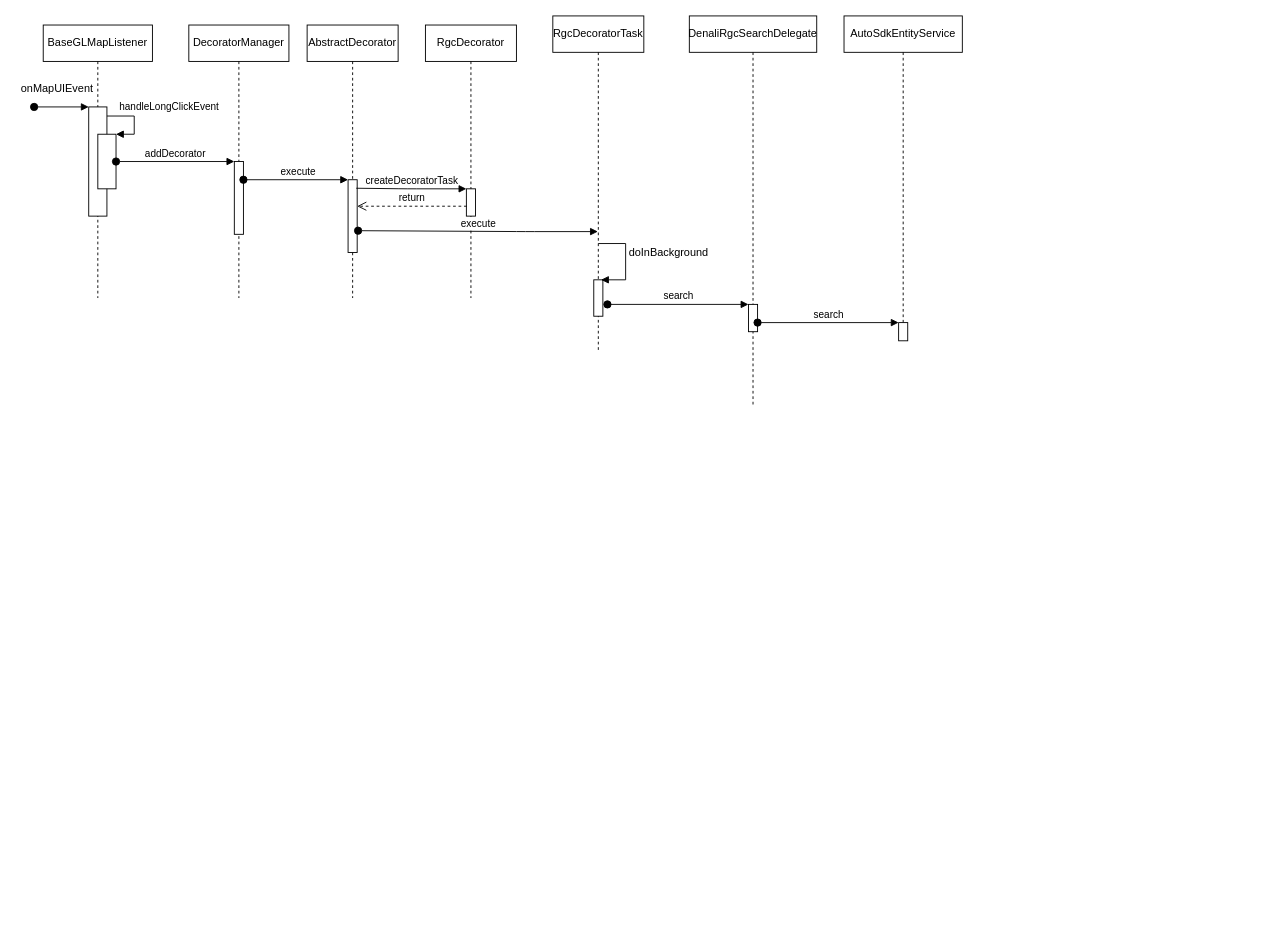
joyment2010/joy keeps this draw.io diagram as page "Page-2" (2 of 2) of RGC.drawio. Above is the earlier version. Source tidied: cells renumbered, new cells numbered last; positions are measured from the earlier drawing's top-left corner, leaving out a move shared by most shapes. Both pictures are drawn from the tidied source at 91%, with x=0, y=0 at pixel (15, 15).
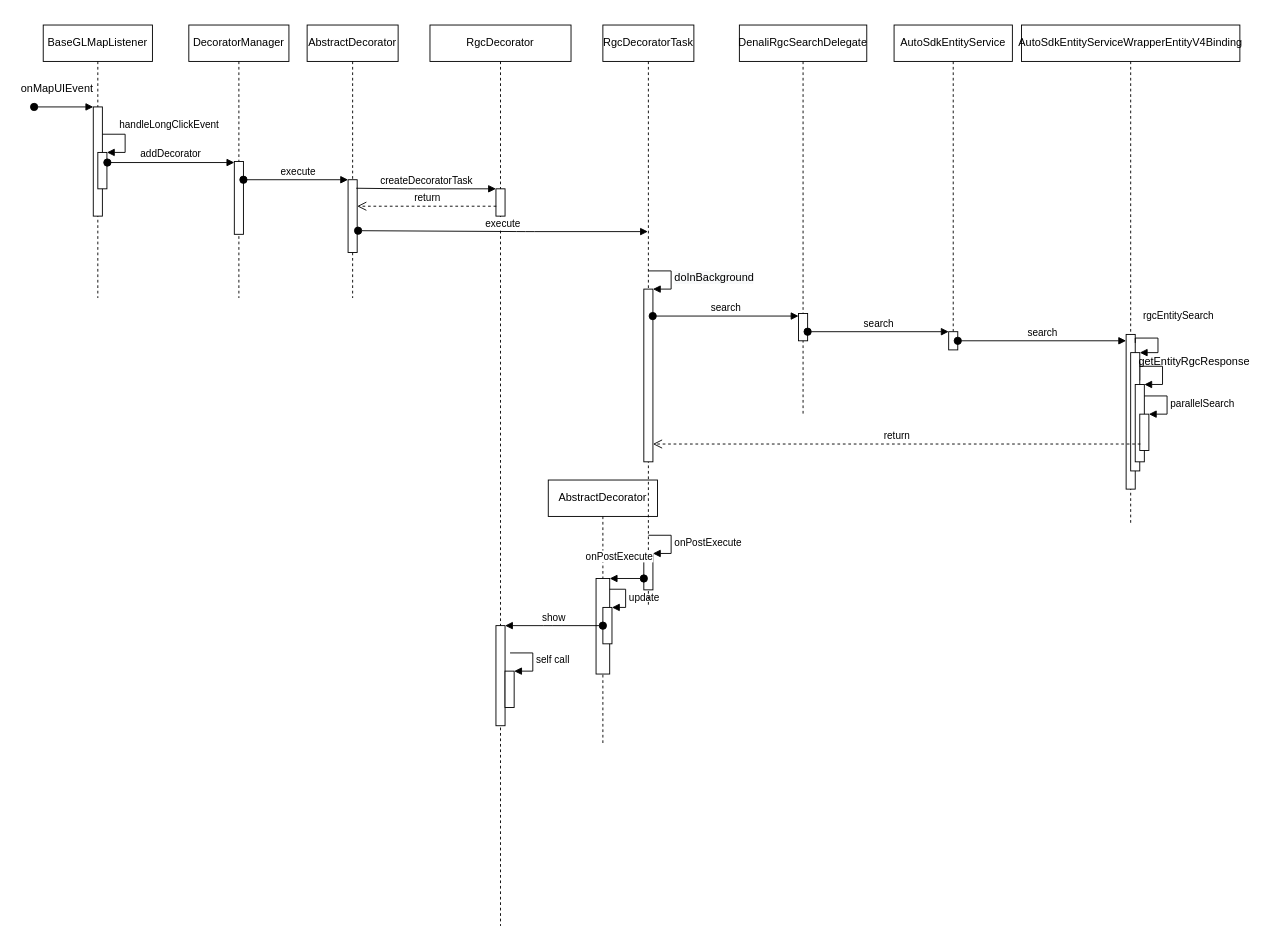
The same diagram, later.

Unchanged cells that the change refers to:
```xml
<mxCell id="2" value="BaseGLMapListener" style="shape=umlLifeline;perimeter=lifelinePerimeter;whiteSpace=wrap;html=1;" parent="1" vertex="1">
  <mxGeometry x="30" y="10" width="120" height="300" as="geometry" />
</mxCell>
<mxCell id="9" style="html=1;points=[];perimeter=orthogonalPerimeter;" parent="8" vertex="1">
  <mxGeometry x="50" y="150" width="10" height="80" as="geometry" />
</mxCell>
<mxCell id="25" style="html=1;points=[];perimeter=orthogonalPerimeter;" parent="24" vertex="1">
  <mxGeometry x="60" y="337" width="10" height="20" as="geometry" />
</mxCell>
```

Diff of the diagram source:
```diff
@@
     <mxCell id="3" style="html=1;points=[];perimeter=orthogonalPerimeter;" parent="2" vertex="1">
-      <mxGeometry x="50" y="90" width="20" height="120" as="geometry" />
+      <mxGeometry x="55" y="90" width="10" height="120" as="geometry" />
     </mxCell>
@@
-    <mxCell id="5" style="html=1;points=[];perimeter=orthogonalPerimeter;" parent="2" vertex="1">
-      <mxGeometry x="60" y="120" width="20" height="60" as="geometry" />
-    </mxCell>
+    <mxCell id="29" style="html=1;points=[];perimeter=orthogonalPerimeter;" parent="2" vertex="1">
+      <mxGeometry x="60" y="140" width="10" height="40" as="geometry" />
+    </mxCell>
-    <mxCell id="6" value="handleLongClickEvent" style="edgeStyle=orthogonalEdgeStyle;html=1;align=left;spacingLeft=2;endArrow=block;rounded=0;entryX=1;entryY=0;" parent="2" edge="1" target="5">
-      <mxGeometry x="-0.71" y="10" relative="1" as="geometry">
-        <mxPoint x="70" y="100" as="sourcePoint" />
+    <mxCell id="6" value="handleLongClickEvent" style="edgeStyle=orthogonalEdgeStyle;html=1;align=left;spacingLeft=2;endArrow=block;rounded=0;entryX=1;entryY=0;" parent="2" edge="1" target="29">
+      <mxGeometry x="-0.54" y="10" relative="1" as="geometry">
+        <mxPoint x="65" y="120" as="sourcePoint" />
         <Array as="points">
-          <mxPoint x="100" y="100" />
-          <mxPoint x="100" y="120" />
+          <mxPoint x="90" y="120" />
         </Array>
       </mxGeometry>
     </mxCell>
@@
-    <mxCell id="10" value="addDecorator" style="html=1;verticalAlign=bottom;startArrow=oval;endArrow=block;startSize=8;" parent="1" edge="1" target="9">
-      <mxGeometry relative="1" as="geometry">
-        <mxPoint x="110" y="160" as="sourcePoint" />
-      </mxGeometry>
+    <mxCell id="10" value="addDecorator" style="html=1;verticalAlign=bottom;startArrow=oval;endArrow=block;startSize=8;exitX=1.048;exitY=0.278;exitDx=0;exitDy=0;exitPerimeter=0;" parent="1" edge="1" source="29" target="9">
+      <mxGeometry relative="1" as="geometry" />
     </mxCell>
     <mxCell id="11" value="RgcDecorator" style="shape=umlLifeline;perimeter=lifelinePerimeter;whiteSpace=wrap;html=1;" parent="1" vertex="1">
-      <mxGeometry x="450" y="10" width="100" height="300" as="geometry" />
+      <mxGeometry x="455" y="10" width="155" height="990" as="geometry" />
     </mxCell>
     <mxCell id="12" style="html=1;points=[];perimeter=orthogonalPerimeter;" parent="11" vertex="1">
-      <mxGeometry x="45" y="180" width="10" height="30" as="geometry" />
+      <mxGeometry x="72.5" y="180" width="10" height="30" as="geometry" />
     </mxCell>
+    <mxCell id="30" value="AbstractDecorator" style="shape=umlLifeline;perimeter=lifelinePerimeter;whiteSpace=wrap;html=1;size=40;" parent="11" vertex="1">
+      <mxGeometry x="130" y="500" width="120" height="290" as="geometry" />
+    </mxCell>
+    <mxCell id="31" style="html=1;points=[];perimeter=orthogonalPerimeter;" parent="30" vertex="1">
+      <mxGeometry x="52.5" y="108.2" width="15" height="105" as="geometry" />
+    </mxCell>
+    <mxCell id="32" style="html=1;points=[];perimeter=orthogonalPerimeter;" parent="30" vertex="1">
+      <mxGeometry x="60" y="140" width="10" height="40" as="geometry" />
+    </mxCell>
+    <mxCell id="33" value="update" style="edgeStyle=orthogonalEdgeStyle;html=1;align=left;spacingLeft=2;endArrow=block;rounded=0;entryX=1;entryY=0;" parent="30" edge="1" source="31" target="32">
+      <mxGeometry relative="1" as="geometry">
+        <Array as="points">
+          <mxPoint x="85" y="120" />
+          <mxPoint x="85" y="140" />
+        </Array>
+      </mxGeometry>
+    </mxCell>
+    <mxCell id="34" style="html=1;points=[];perimeter=orthogonalPerimeter;" parent="11" vertex="1">
+      <mxGeometry x="72.5" y="660" width="10" height="110" as="geometry" />
+    </mxCell>
+    <mxCell id="35" style="html=1;points=[];perimeter=orthogonalPerimeter;" parent="11" vertex="1">
+      <mxGeometry x="82.5" y="710" width="10" height="40" as="geometry" />
+    </mxCell>
+    <mxCell id="36" value="self call" style="edgeStyle=orthogonalEdgeStyle;html=1;align=left;spacingLeft=2;endArrow=block;rounded=0;entryX=1;entryY=0;" parent="11" edge="1" target="35">
+      <mxGeometry relative="1" as="geometry">
+        <mxPoint x="88" y="690" as="sourcePoint" />
+        <Array as="points">
+          <mxPoint x="113" y="690" />
+        </Array>
+      </mxGeometry>
+    </mxCell>
+    <mxCell id="37" value="show" style="html=1;verticalAlign=bottom;startArrow=oval;endArrow=block;startSize=8;" parent="11" edge="1" source="32" target="34">
+      <mxGeometry relative="1" as="geometry">
+        <Array as="points">
+          <mxPoint x="135" y="660" />
+        </Array>
+      </mxGeometry>
+    </mxCell>
@@
     <mxCell id="17" value="RgcDecoratorTask" style="shape=umlLifeline;perimeter=lifelinePerimeter;whiteSpace=wrap;html=1;outlineConnect=0;" parent="1" vertex="1">
-      <mxGeometry x="590" width="100" height="370" as="geometry" />
+      <mxGeometry x="645" y="10" width="100" height="640" as="geometry" />
     </mxCell>
-    <mxCell id="18" style="html=1;perimeter=orthogonalPerimeter;" parent="17" vertex="1">
-      <mxGeometry x="45" y="290" width="10" height="40" as="geometry" />
-    </mxCell>
-    <mxCell id="19" style="edgeStyle=orthogonalEdgeStyle;html=1;align=left;spacingLeft=2;endArrow=block;rounded=0;exitX=0.5;exitY=0.676;exitDx=0;exitDy=0;exitPerimeter=0;" parent="17" edge="1" source="17">
-      <mxGeometry x="1" y="243" relative="1" as="geometry">
-        <mxPoint x="53" y="290" as="targetPoint" />
-        <Array as="points">
-          <mxPoint x="80" y="250" />
-          <mxPoint x="80" y="290" />
-        </Array>
-        <mxPoint x="-123" y="-33" as="offset" />
-      </mxGeometry>
-    </mxCell>
+    <mxCell id="38" style="html=1;points=[];perimeter=orthogonalPerimeter;" parent="17" vertex="1">
+      <mxGeometry x="45" y="290.2" width="10" height="189.8" as="geometry" />
+    </mxCell>
+    <mxCell id="22" value="&lt;span style=&quot;font-size: 12px ; text-align: center ; background-color: rgb(248 , 249 , 250)&quot;&gt;doInBackground&lt;/span&gt;" style="edgeStyle=orthogonalEdgeStyle;html=1;align=left;spacingLeft=2;endArrow=block;rounded=0;entryX=1;entryY=0;" parent="17" edge="1" target="38">
+      <mxGeometry relative="1" as="geometry">
+        <mxPoint x="50" y="270.2" as="sourcePoint" />
+        <Array as="points">
+          <mxPoint x="75" y="270.2" />
+        </Array>
+      </mxGeometry>
+    </mxCell>
@@
-    <mxCell id="21" value="execute" style="html=1;verticalAlign=bottom;startArrow=oval;endArrow=block;startSize=8;" parent="1" edge="1">
+    <mxCell id="21" value="execute" style="html=1;verticalAlign=bottom;startArrow=oval;endArrow=block;startSize=8;" parent="1" edge="1" target="17">
       <mxGeometry relative="1" as="geometry">
         <mxPoint x="376" y="236" as="sourcePoint" />
-        <mxPoint x="639.5" y="237" as="targetPoint" />
         <Array as="points">
           <mxPoint x="560" y="237" />
         </Array>
       </mxGeometry>
     </mxCell>
-    <mxCell id="22" value="doInBackground" style="text;html=1;align=center;verticalAlign=middle;" parent="1" vertex="1">
-      <mxGeometry x="667" y="250" width="100" height="20" as="geometry" />
-    </mxCell>
     <mxCell id="23" value="DenaliRgcSearchDelegate" style="shape=umlLifeline;perimeter=lifelinePerimeter;whiteSpace=wrap;html=1;" parent="1" vertex="1">
-      <mxGeometry x="740" width="140" height="430" as="geometry" />
+      <mxGeometry x="795" y="10" width="140" height="430" as="geometry" />
     </mxCell>
     <mxCell id="24" value="AutoSdkEntityService" style="shape=umlLifeline;perimeter=lifelinePerimeter;whiteSpace=wrap;html=1;" parent="1" vertex="1">
-      <mxGeometry x="910" width="130" height="350" as="geometry" />
+      <mxGeometry x="965" y="10" width="130" height="350" as="geometry" />
     </mxCell>
@@
     <mxCell id="26" style="html=1;points=[];perimeter=orthogonalPerimeter;" parent="1" vertex="1">
-      <mxGeometry x="805" y="317" width="10" height="30" as="geometry" />
+      <mxGeometry x="860" y="327" width="10" height="30" as="geometry" />
     </mxCell>
-    <mxCell id="27" value="search" style="html=1;verticalAlign=bottom;startArrow=oval;endArrow=block;startSize=8;" parent="1" edge="1" target="26">
-      <mxGeometry relative="1" as="geometry">
-        <mxPoint x="650" y="317" as="sourcePoint" />
-      </mxGeometry>
+    <mxCell id="27" value="search" style="html=1;verticalAlign=bottom;startArrow=oval;endArrow=block;startSize=8;exitX=0.978;exitY=0.156;exitDx=0;exitDy=0;exitPerimeter=0;" parent="1" edge="1" source="38" target="26">
+      <mxGeometry relative="1" as="geometry" />
     </mxCell>
     <mxCell id="28" value="search" style="html=1;verticalAlign=bottom;startArrow=oval;endArrow=block;startSize=8;" parent="1" edge="1" target="25">
       <mxGeometry relative="1" as="geometry">
-        <mxPoint x="815" y="337" as="sourcePoint" />
+        <mxPoint x="870" y="347" as="sourcePoint" />
       </mxGeometry>
     </mxCell>
+    <mxCell id="39" value="AutoSdkEntityServiceWrapperEntityV4Binding" style="shape=umlLifeline;perimeter=lifelinePerimeter;whiteSpace=wrap;html=1;" parent="1" vertex="1">
+      <mxGeometry x="1105" y="10" width="240" height="550" as="geometry" />
+    </mxCell>
+    <mxCell id="40" style="html=1;perimeter=orthogonalPerimeter;" parent="39" vertex="1">
+      <mxGeometry x="120" y="370" width="10" height="20" as="geometry" />
+    </mxCell>
+    <mxCell id="41" style="html=1;points=[];perimeter=orthogonalPerimeter;" parent="1" vertex="1">
+      <mxGeometry x="1220" y="350" width="10" height="170" as="geometry" />
+    </mxCell>
+    <mxCell id="42" value="search" style="html=1;verticalAlign=bottom;startArrow=oval;endArrow=block;startSize=8;" parent="1" edge="1" target="41">
+      <mxGeometry relative="1" as="geometry">
+        <mxPoint x="1035" y="357" as="sourcePoint" />
+      </mxGeometry>
+    </mxCell>
+    <mxCell id="43" style="html=1;perimeter=orthogonalPerimeter;" parent="1" vertex="1">
+      <mxGeometry x="1225" y="370" width="10" height="130" as="geometry" />
+    </mxCell>
+    <mxCell id="44" value="rgcEntitySearch" style="edgeStyle=orthogonalEdgeStyle;html=1;align=left;spacingLeft=2;endArrow=block;rounded=0;exitX=1.004;exitY=0.055;exitDx=0;exitDy=0;exitPerimeter=0;" parent="1" edge="1" source="41">
+      <mxGeometry x="-0.85" y="-25" relative="1" as="geometry">
+        <mxPoint x="1235" y="370" as="targetPoint" />
+        <Array as="points">
+          <mxPoint x="1230" y="354" />
+          <mxPoint x="1255" y="354" />
+          <mxPoint x="1255" y="370" />
+          <mxPoint x="1235" y="370" />
+        </Array>
+        <mxPoint x="5" y="-49" as="offset" />
+      </mxGeometry>
+    </mxCell>
+    <mxCell id="45" style="html=1;points=[];perimeter=orthogonalPerimeter;" parent="1" vertex="1">
+      <mxGeometry x="1230" y="405" width="10" height="85" as="geometry" />
+    </mxCell>
+    <mxCell id="46" value="&lt;pre style=&quot;background-color: rgb(38 , 50 , 56)&quot;&gt;&lt;font color=&quot;#c3cee3&quot; face=&quot;consolas&quot;&gt;&lt;span style=&quot;font-size: 12.8pt&quot;&gt;&lt;br&gt;&lt;/span&gt;&lt;/font&gt;&lt;/pre&gt;" style="edgeStyle=orthogonalEdgeStyle;html=1;align=left;spacingLeft=2;endArrow=block;rounded=0;entryX=1;entryY=0;" parent="1" edge="1" target="45">
+      <mxGeometry x="0.39" y="77" relative="1" as="geometry">
+        <mxPoint x="1235" y="385" as="sourcePoint" />
+        <Array as="points">
+          <mxPoint x="1260" y="385" />
+        </Array>
+        <mxPoint x="55" y="-22" as="offset" />
+      </mxGeometry>
+    </mxCell>
+    <mxCell id="47" value="getEntityRgcResponse" style="text;html=1;strokeColor=none;fillColor=none;align=center;verticalAlign=middle;whiteSpace=wrap;rounded=0;" parent="1" vertex="1">
+      <mxGeometry x="1275" y="370" width="40" height="20" as="geometry" />
+    </mxCell>
+    <mxCell id="48" style="html=1;points=[];perimeter=orthogonalPerimeter;" parent="1" vertex="1">
+      <mxGeometry x="1235" y="437.6" width="10" height="40" as="geometry" />
+    </mxCell>
+    <mxCell id="49" value="parallelSearch" style="edgeStyle=orthogonalEdgeStyle;html=1;align=left;spacingLeft=2;endArrow=block;rounded=0;entryX=1;entryY=0;" parent="1" edge="1" target="48">
+      <mxGeometry relative="1" as="geometry">
+        <mxPoint x="1240" y="417.6" as="sourcePoint" />
+        <Array as="points">
+          <mxPoint x="1265" y="417.6" />
+        </Array>
+      </mxGeometry>
+    </mxCell>
+    <mxCell id="50" value="return" style="html=1;verticalAlign=bottom;endArrow=open;dashed=1;endSize=8;exitX=0.071;exitY=0.821;exitDx=0;exitDy=0;exitPerimeter=0;" parent="1" edge="1" source="48" target="38">
+      <mxGeometry relative="1" as="geometry" />
+    </mxCell>
+    <mxCell id="51" style="html=1;points=[];perimeter=orthogonalPerimeter;" parent="1" vertex="1">
+      <mxGeometry x="690" y="590.7" width="10" height="40" as="geometry" />
+    </mxCell>
+    <mxCell id="52" value="onPostExecute" style="edgeStyle=orthogonalEdgeStyle;html=1;align=left;spacingLeft=2;endArrow=block;rounded=0;entryX=1;entryY=0;" parent="1" edge="1" target="51">
+      <mxGeometry relative="1" as="geometry">
+        <mxPoint x="695" y="570.7" as="sourcePoint" />
+        <Array as="points">
+          <mxPoint x="720" y="570.7" />
+        </Array>
+      </mxGeometry>
+    </mxCell>
+    <mxCell id="53" value="onPostExecute" style="html=1;verticalAlign=bottom;startArrow=oval;endArrow=block;startSize=8;" parent="1" edge="1" source="51" target="31">
+      <mxGeometry x="0.43" y="-15" relative="1" as="geometry" />
+    </mxCell>
```
